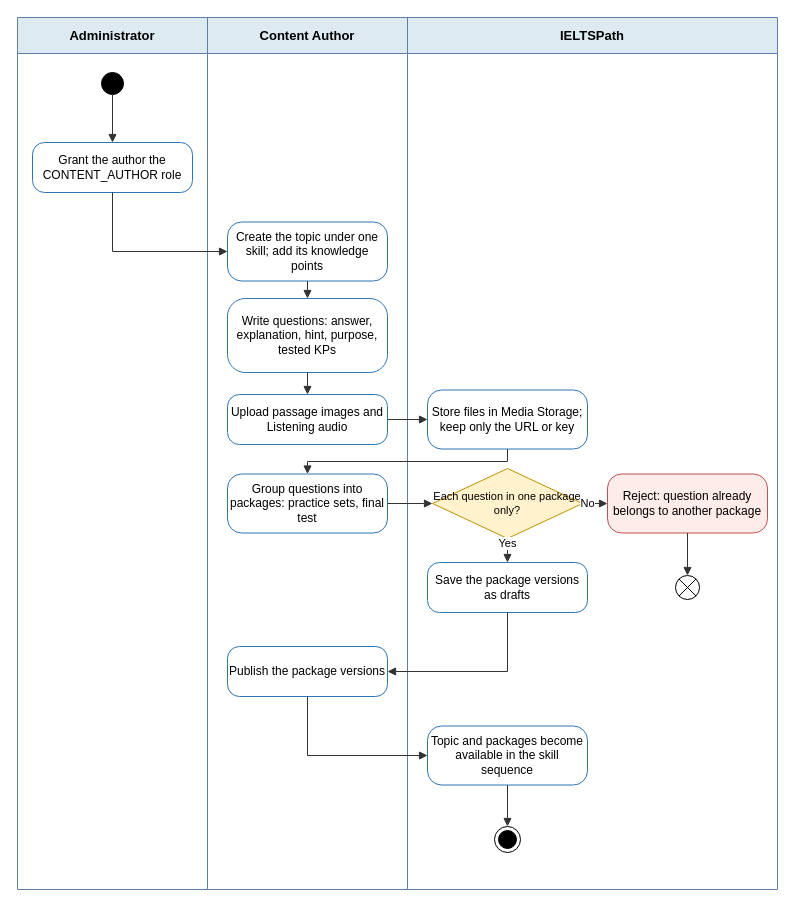
Above: page "SC-07 Activity" (7 of 8) of capstone-docs/rp_3.0_system-requirements-system/diagram_script/part2-diagrams/IELTSPath_Scenarios.drawio in IeltsPath-Platform/backend (draw.io), before the change. Source tidied: cells renumbered, new cells numbered last; positions are measured from the earlier drawing's top-left corner, leaving out a move shared by most shapes. Both pictures are drawn from the tidied source at 100%, with x=0, y=0 at pixel (17, 17).
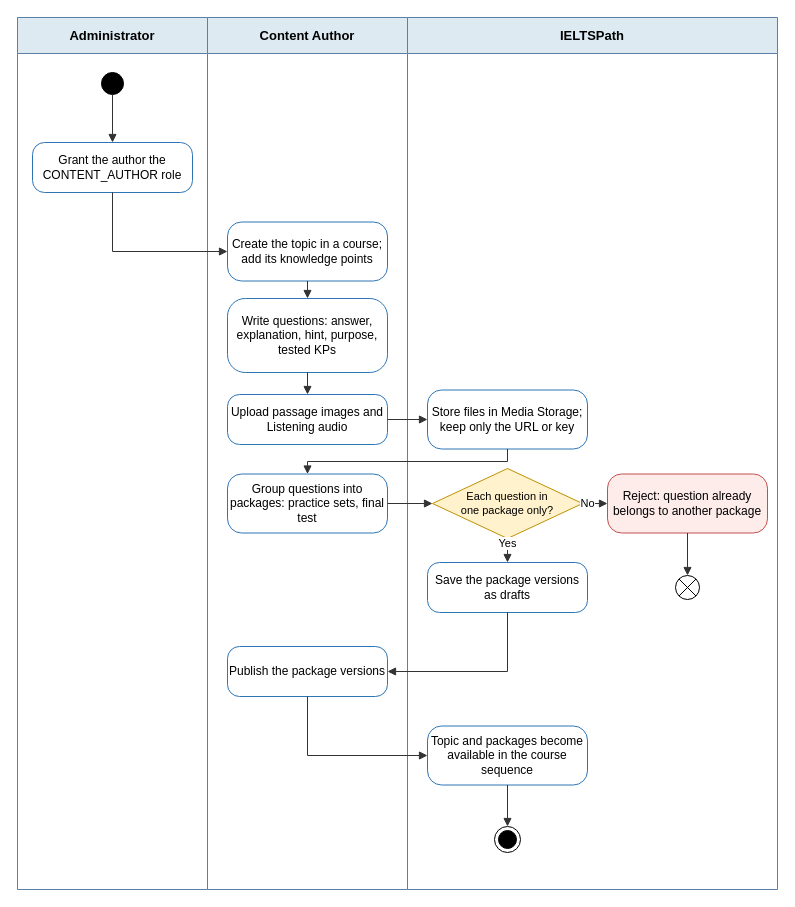
After the change.

The edit, as a diff of the source:
```diff
@@
-    <mxCell id="7" value="Create the topic under one skill; add its knowledge points" style="rounded=1;arcSize=24;whiteSpace=wrap;html=1;fillColor=#FFFFFF;strokeColor=#2E75B6;fontSize=12;" parent="1" vertex="1">
+    <mxCell id="7" value="Create the topic in a course; add its knowledge points" style="rounded=1;arcSize=24;whiteSpace=wrap;html=1;fillColor=#FFFFFF;strokeColor=#2E75B6;fontSize=12;" parent="1" vertex="1">
       <mxGeometry x="210" y="204.5" width="160" height="59" as="geometry" />
     </mxCell>
@@
-    <mxCell id="12" value="Each question in one package only?" style="rhombus;whiteSpace=wrap;html=1;fillColor=#FFF2CC;strokeColor=#BF9000;fontSize=11;" parent="1" vertex="1">
+    <mxCell id="12" value="Each question in&lt;br&gt;one package only?" style="rhombus;whiteSpace=wrap;html=1;fillColor=#FFF2CC;strokeColor=#BF9000;fontSize=11;" parent="1" vertex="1">
       <mxGeometry x="415" y="451" width="150" height="70" as="geometry" />
     </mxCell>
@@
-    <mxCell id="17" value="Topic and packages become available in the skill sequence" style="rounded=1;arcSize=24;whiteSpace=wrap;html=1;fillColor=#FFFFFF;strokeColor=#2E75B6;fontSize=12;" parent="1" vertex="1">
+    <mxCell id="17" value="Topic and packages become available in the course sequence" style="rounded=1;arcSize=24;whiteSpace=wrap;html=1;fillColor=#FFFFFF;strokeColor=#2E75B6;fontSize=12;" parent="1" vertex="1">
       <mxGeometry x="410" y="708.5" width="160" height="59" as="geometry" />
     </mxCell>
```
